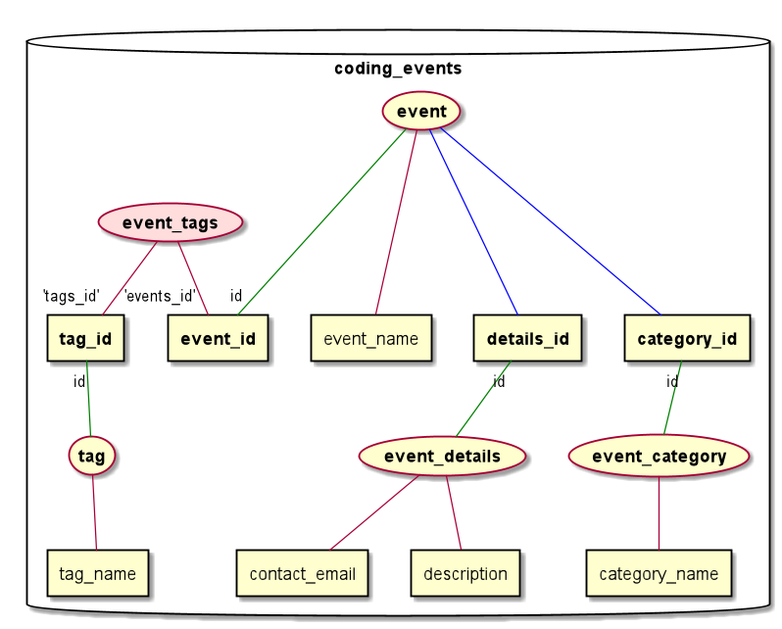
Before: assets/coding_events_erd.png, a diagram exported from PlantUML (jrcharney/coding-events).
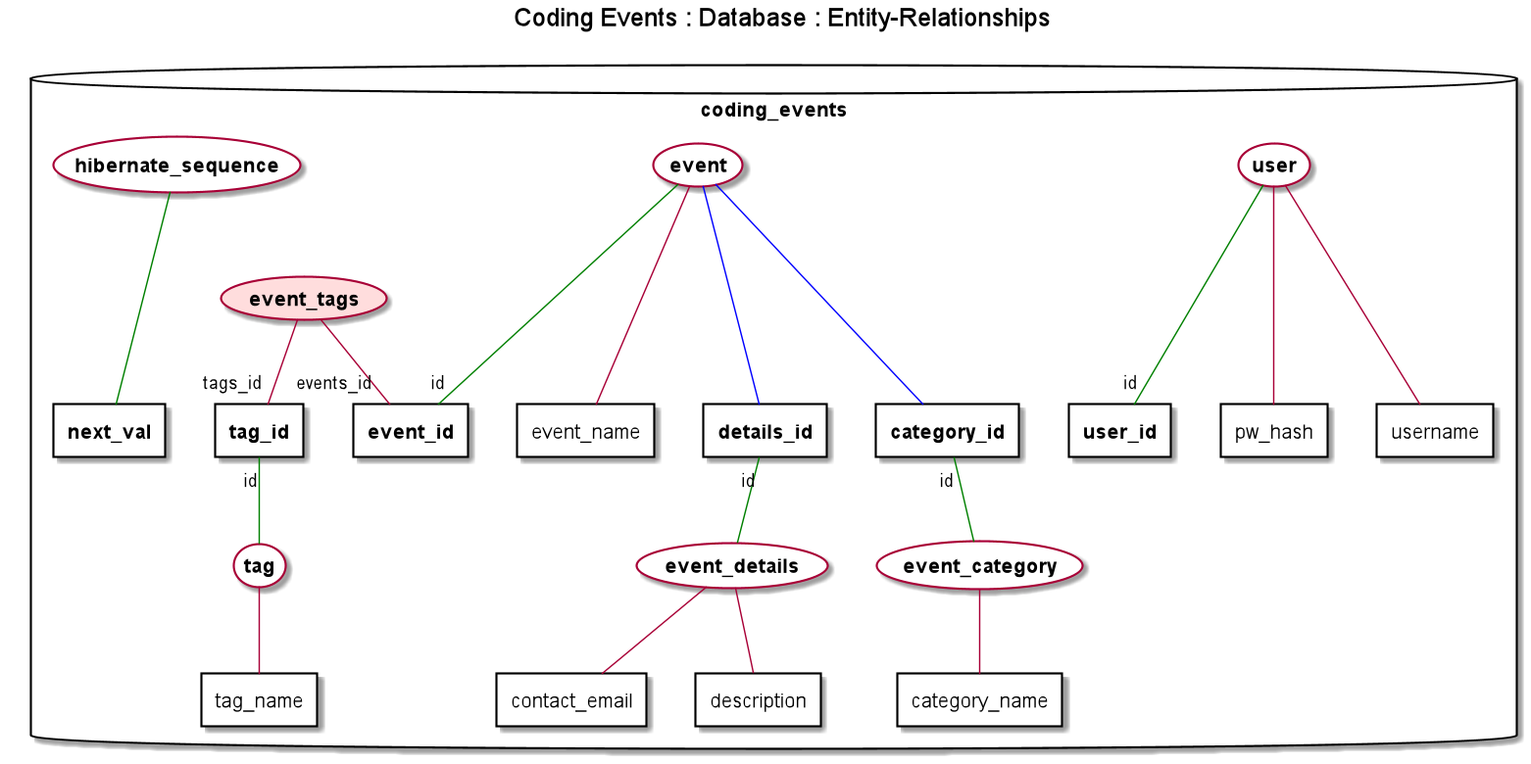
After the commit.

The edit, as a diff of the source:
```diff
@@ -1,11 +1,15 @@
 @startuml
+
+title Coding Events : Database : Entity-Relationships
 
 hide stereotype
 
 skinparam {
     ArrowColor<<pkey>> green
     ArrowColor<<fkey>> blue
+    UseCaseBackgroundColor none
     UseCaseBackgroundColor<<Join>> #ffdddd
+    rectangleBackgroundColor none
 }
 
 
@@ -17,11 +21,19 @@
 
 database coding_events {
 
+    (<b>user</b>) as User
+
     (<b>event</b>) as Event
     (<b>event_category</b>) as Category
     (<b>event_details</b>) as Details
     (<b>event_tags</b>) as Tags <<Join>>
     (<b>tag</b>) as Tag
+
+    (<b>hibernate_sequence</b>) as HS
+
+            rectangle "<b>user_id</b>" as user.id
+            rectangle "pw_hash" as user.pw
+            rectangle "username" as user.un
 
             rectangle "<b>event_id</b>" as event.id
             rectangle "event_name" as event.name
@@ -33,8 +45,14 @@
             rectangle "<b>tag_id</b>" as tag.id
             rectangle "tag_name" as tag.name
 
+            rectangle "<b>next_val</b>" as hs.id
+
+    User -down-- "id" user.id <<pkey>>
+    User -down-- user.pw
+    User -down-- user.un
+
     Event --- "id" event.id <<pkey>>
-                Event -- event.name
+    Event --- event.name
                 Event -- details.id <<fkey>>
                 Event -- category.id <<fkey>>
 
@@ -51,10 +69,13 @@
                 Details -- details.description
 
 
-    Tags -down- "'events_id'" event.id
-    Tags -down- "'tags_id'" tag.id
+    Tags -down- "events_id" event.id
+    Tags -down- "tags_id" tag.id
 
     Tag -up- "id" tag.id <<pkey>>
                 Tag -- tag.name
+
+    HS -down-- hs.id <<pkey>>
+
 }
 @enduml
```
